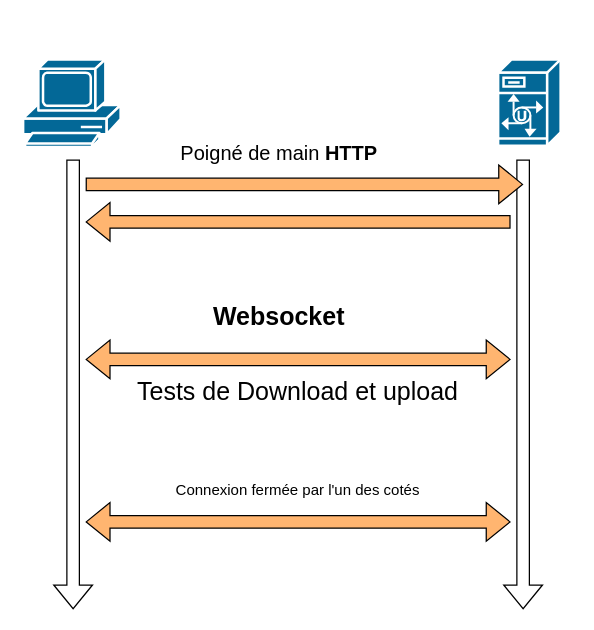
Earlier version of the draw.io diagram client_serveur.drawio (Abousidikou/BooksApi). Source tidied: cells renumbered, new cells numbered last; positions are measured from the earlier drawing's top-left corner, leaving out a move shared by most shapes. Both pictures are drawn from the tidied source at 125%, with x=0, y=0 at pixel (22, 59).
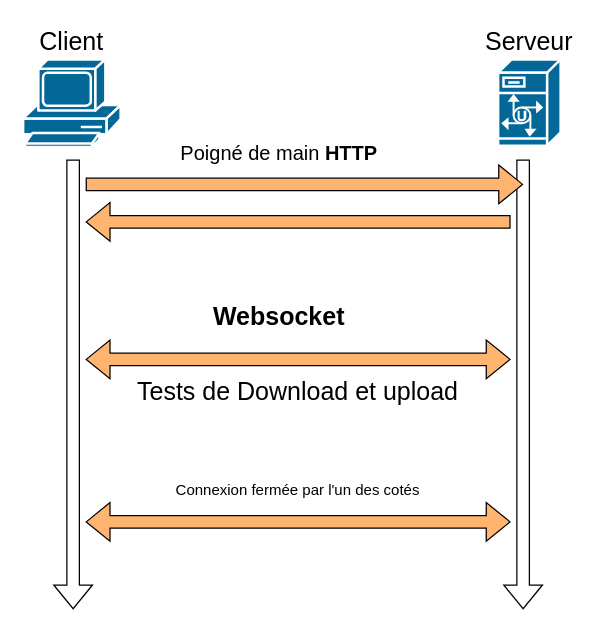
Above is the later version.

The edit, as a diff of the source:
```diff
@@
+    <mxCell id="14" value="Client" style="text;html=1;strokeColor=none;fillColor=none;align=center;verticalAlign=middle;whiteSpace=wrap;rounded=0;strokeWidth=3;fontSize=20;" parent="1" vertex="1">
+      <mxGeometry x="9" y="-30" width="60" height="30" as="geometry" />
+    </mxCell>
+    <mxCell id="15" value="Serveur" style="text;html=1;strokeColor=none;fillColor=none;align=center;verticalAlign=middle;whiteSpace=wrap;rounded=0;strokeWidth=3;fontSize=20;" parent="1" vertex="1">
+      <mxGeometry x="375" y="-30" width="60" height="30" as="geometry" />
+    </mxCell>
```
